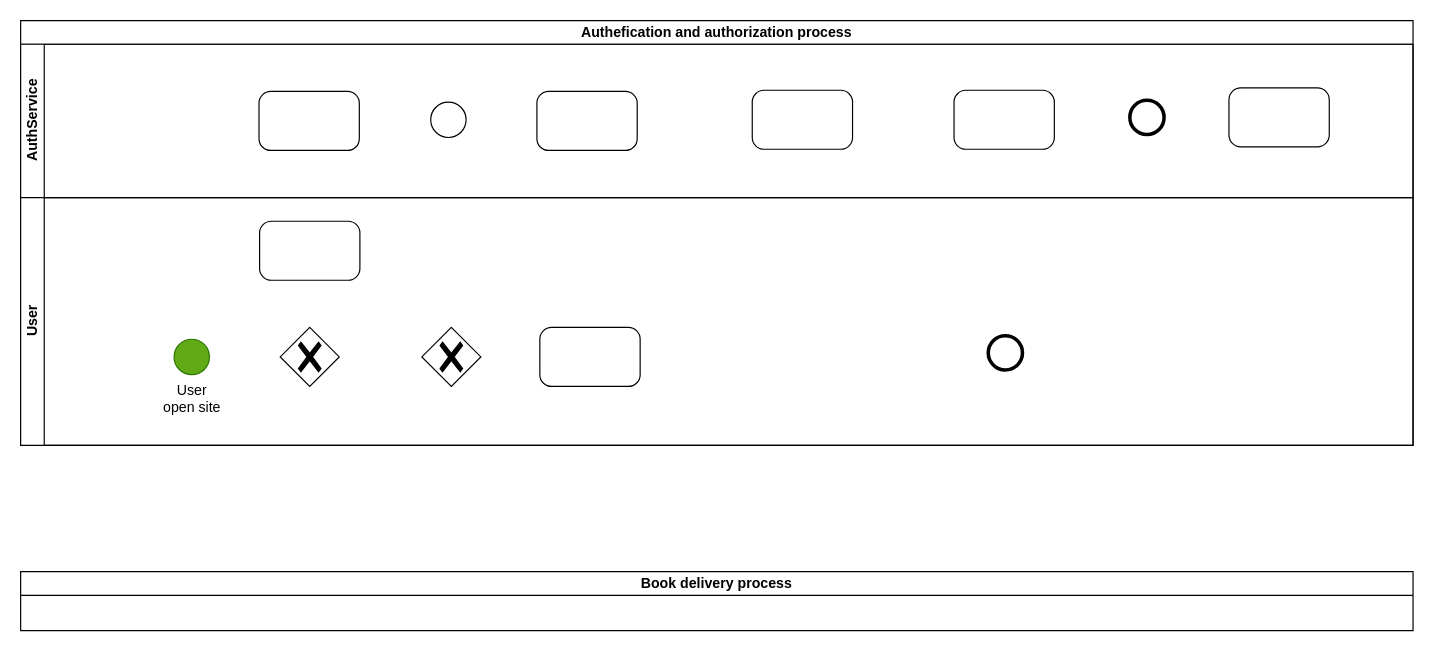
This is docs/auth_bpmn.drawio from semwett0301/blps-labs, a draw.io file, before an edit. Source tidied: cells renumbered, new cells numbered last; positions are measured from the earlier drawing's top-left corner, leaving out a move shared by most shapes. Both pictures are drawn from the tidied source at 118%, with x=0, y=0 at pixel (20, 20).
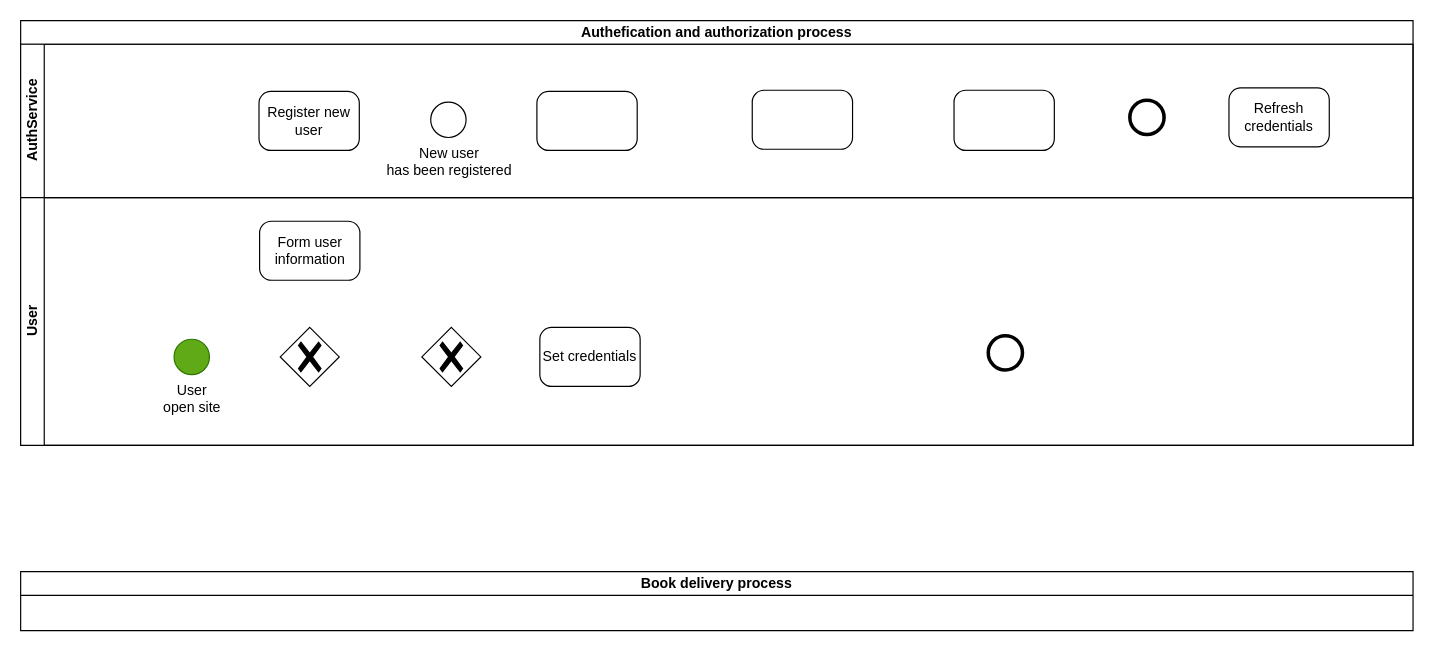
After the change.

Diff of the diagram source:
```diff
@@
 <mxGraphModel>
   <root>
     <mxCell id="0" />
     <mxCell id="1" parent="0" />
     <mxCell id="2" value="Authefication and authorization process" style="swimlane;html=1;horizontal=1;startSize=20;whiteSpace=wrap;" parent="1" vertex="1">
       <mxGeometry width="1180" height="360" as="geometry" />
     </mxCell>
     <mxCell id="3" value="AuthService" style="swimlane;html=1;startSize=20;horizontal=0;" parent="2" vertex="1">
       <mxGeometry y="20" width="1180" height="130" as="geometry" />
     </mxCell>
-    <mxCell id="4" style="shape=mxgraph.bpmn.task;whiteSpace=wrap;rectStyle=rounded;size=10;html=1;taskMarker=abstract;" parent="3" vertex="1">
+    <mxCell id="4" value="Register new user" style="shape=mxgraph.bpmn.task;whiteSpace=wrap;rectStyle=rounded;size=10;html=1;taskMarker=abstract;" parent="3" vertex="1">
       <mxGeometry x="202" y="40" width="85" height="50" as="geometry" />
     </mxCell>
-    <mxCell id="5" style="shape=mxgraph.bpmn.event;html=1;verticalLabelPosition=bottom;labelBackgroundColor=#ffffff;verticalAlign=top;align=center;perimeter=ellipsePerimeter;outline=standard;symbol=general;" parent="3" vertex="1">
+    <mxCell id="5" value="New user&lt;br&gt;has been registered" style="shape=mxgraph.bpmn.event;html=1;verticalLabelPosition=bottom;labelBackgroundColor=#ffffff;verticalAlign=top;align=center;perimeter=ellipsePerimeter;outline=standard;symbol=general;" parent="3" vertex="1">
       <mxGeometry x="347.5" y="49" width="30" height="30" as="geometry" />
     </mxCell>
     <mxCell id="6" style="shape=mxgraph.bpmn.task;whiteSpace=wrap;rectStyle=rounded;size=10;html=1;taskMarker=abstract;" parent="3" vertex="1">
       <mxGeometry x="437.5" y="40" width="85" height="50" as="geometry" />
     </mxCell>
     <mxCell id="7" style="shape=mxgraph.bpmn.task;whiteSpace=wrap;rectStyle=rounded;size=10;html=1;taskMarker=abstract;" parent="3" vertex="1">
       <mxGeometry x="620" y="39" width="85" height="50" as="geometry" />
     </mxCell>
     <mxCell id="8" style="shape=mxgraph.bpmn.task;whiteSpace=wrap;rectStyle=rounded;size=10;html=1;taskMarker=abstract;" parent="3" vertex="1">
-      <mxGeometry x="791" y="39" width="85" height="50" as="geometry" />
+      <mxGeometry x="791" y="39" width="85" height="51" as="geometry" />
     </mxCell>
-    <mxCell id="9" style="shape=mxgraph.bpmn.task;whiteSpace=wrap;rectStyle=rounded;size=10;html=1;taskMarker=abstract;" parent="3" vertex="1">
+    <mxCell id="9" value="Refresh&lt;br&gt;credentials" style="shape=mxgraph.bpmn.task;whiteSpace=wrap;rectStyle=rounded;size=10;html=1;taskMarker=abstract;" parent="3" vertex="1">
       <mxGeometry x="1024" y="37" width="85" height="50" as="geometry" />
     </mxCell>
     <mxCell id="10" style="shape=mxgraph.bpmn.event;html=1;verticalLabelPosition=bottom;labelBackgroundColor=#ffffff;verticalAlign=top;align=center;perimeter=ellipsePerimeter;outline=end;symbol=terminate2;" parent="3" vertex="1">
       <mxGeometry x="940" y="47.5" width="29" height="29" as="geometry" />
     </mxCell>
     <mxCell id="11" value="User" style="swimlane;html=1;startSize=20;horizontal=0;" parent="2" vertex="1">
       <mxGeometry y="150" width="1180" height="210" as="geometry" />
     </mxCell>
     <mxCell id="12" value="&lt;font color=&quot;#000000&quot;&gt;User &lt;br&gt;open site&lt;/font&gt;" style="shape=mxgraph.bpmn.event;html=1;verticalLabelPosition=bottom;labelBackgroundColor=#ffffff;verticalAlign=top;align=center;perimeter=ellipsePerimeter;outline=standard;symbol=general;fillColor=#60a917;fontColor=#ffffff;strokeColor=#2D7600;" parent="11" vertex="1">
       <mxGeometry x="130" y="120" width="30" height="30" as="geometry" />
     </mxCell>
     <mxCell id="13" style="shape=mxgraph.bpmn.gateway2;html=1;verticalLabelPosition=bottom;labelBackgroundColor=#ffffff;verticalAlign=top;align=center;perimeter=rhombusPerimeter;outline=none;symbol=none;gwType=exclusive;" parent="11" vertex="1">
       <mxGeometry x="220" y="110" width="50" height="50" as="geometry" />
     </mxCell>
-    <mxCell id="14" style="shape=mxgraph.bpmn.task;whiteSpace=wrap;rectStyle=rounded;size=10;html=1;taskMarker=abstract;" parent="11" vertex="1">
+    <mxCell id="14" value="Set credentials" style="shape=mxgraph.bpmn.task;whiteSpace=wrap;rectStyle=rounded;size=10;html=1;taskMarker=abstract;" parent="11" vertex="1">
       <mxGeometry x="440" y="110" width="85" height="50" as="geometry" />
     </mxCell>
-    <mxCell id="15" style="shape=mxgraph.bpmn.task;whiteSpace=wrap;rectStyle=rounded;size=10;html=1;taskMarker=abstract;" parent="11" vertex="1">
+    <mxCell id="15" value="Form user information" style="shape=mxgraph.bpmn.task;whiteSpace=wrap;rectStyle=rounded;size=10;html=1;taskMarker=abstract;" parent="11" vertex="1">
       <mxGeometry x="202.5" y="20" width="85" height="50" as="geometry" />
     </mxCell>
     <mxCell id="16" style="shape=mxgraph.bpmn.gateway2;html=1;verticalLabelPosition=bottom;labelBackgroundColor=#ffffff;verticalAlign=top;align=center;perimeter=rhombusPerimeter;outline=none;symbol=none;gwType=exclusive;" parent="11" vertex="1">
       <mxGeometry x="340" y="110" width="50" height="50" as="geometry" />
     </mxCell>
     <mxCell id="17" style="shape=mxgraph.bpmn.event;html=1;verticalLabelPosition=bottom;labelBackgroundColor=#ffffff;verticalAlign=top;align=center;perimeter=ellipsePerimeter;outline=end;symbol=terminate2;" parent="11" vertex="1">
       <mxGeometry x="820" y="117" width="29" height="29" as="geometry" />
     </mxCell>
     <mxCell id="18" value="Book delivery process" style="swimlane;html=1;horizontal=1;startSize=20;whiteSpace=wrap;" parent="1" vertex="1" collapsed="1">
       <mxGeometry y="467" width="1180" height="50" as="geometry" />
     </mxCell>
   </root>
 </mxGraphModel>
```
